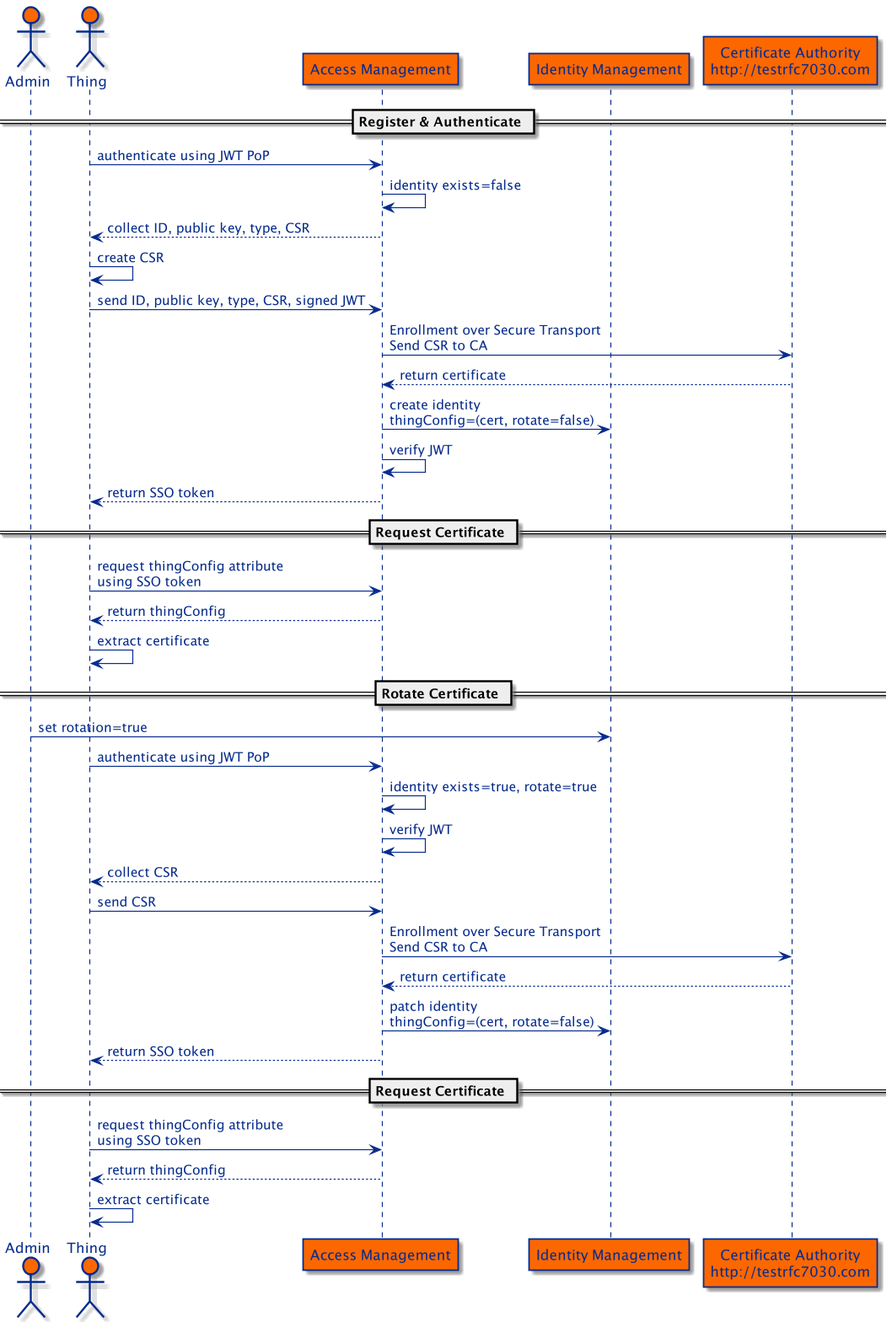
Earlier version of the PlantUML export examples/proof-of-concept/certificate-management/docs/cert-management.png (ForgeRock/iot-edge).
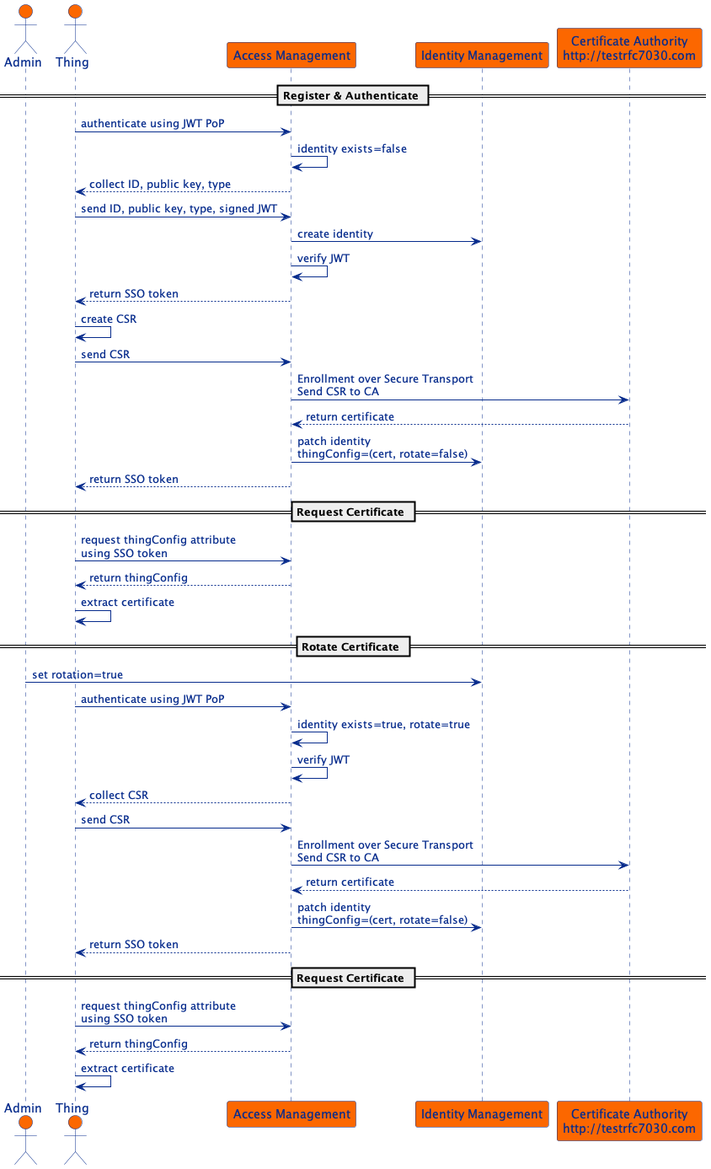
The same diagram one commit later.

Commit message:
IOTEDGE-1311 Update + replace flow diagram image

What changed in the source:
```diff
@@ -23,13 +23,16 @@
 == Register & Authenticate ==
 th -> am : authenticate using JWT PoP
 am -> am : identity exists=false
-am --> th : collect ID, public key, type, CSR
+am --> th : collect ID, public key, type
+th -> am : send ID, public key, type, signed JWT
+am -> idm : create identity
+am -> am : verify JWT
+am --> th : return SSO token
 th -> th : create CSR
-th -> am : send ID, public key, type, CSR, signed JWT
+th -> am : send CSR
 am -> ca : Enrollment over Secure Transport\nSend CSR to CA
 ca --> am : return certificate
-am -> idm : create identity\nthingConfig=(cert, rotate=false)
-am -> am : verify JWT
+am -> idm : patch identity\nthingConfig=(cert, rotate=false)
 am --> th : return SSO token
 
 == Request Certificate ==
```
